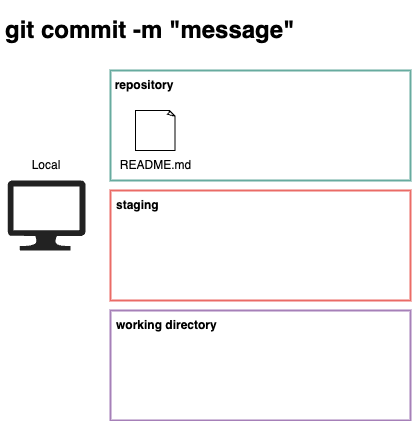
The draw.io diagram img/01_Start_Git_git-commit.png in s-iwakawa/Git_GitHub_Slides, before a commit. Source tidied: cells renumbered, new cells last; positions are measured from the earlier drawing's top-left corner, leaving out a move shared by most shapes.
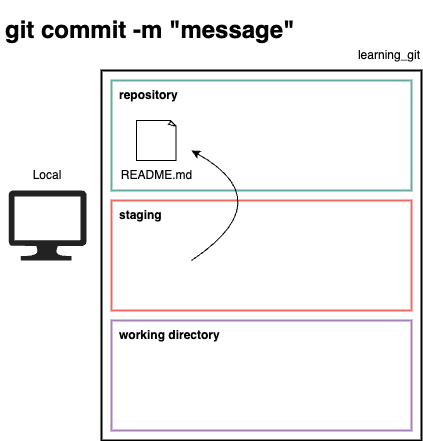
Later version of the same file.

Diff of the diagram source:
```diff
@@ -2,38 +2,53 @@
   <root>
     <mxCell id="0" />
     <mxCell id="1" parent="0" />
-    <mxCell id="2" style="rounded=0;whiteSpace=wrap;html=1;strokeWidth=2;strokeColor=#67AB9F;" parent="1" vertex="1">
-      <mxGeometry x="110" y="60" width="300" height="110" as="geometry" />
+    <mxCell id="2" style="rounded=0;whiteSpace=wrap;html=1;strokeWidth=2;" parent="1" vertex="1">
+      <mxGeometry x="100" y="50" width="320" height="370" as="geometry" />
     </mxCell>
-    <mxCell id="3" style="sketch=0;shadow=0;dashed=0;html=1;strokeColor=none;labelPosition=center;verticalLabelPosition=bottom;verticalAlign=top;align=center;fillColor=#222222;shape=mxgraph.azure.computer;" parent="1" vertex="1">
-      <mxGeometry x="7.2" y="170" width="77.8" height="70" as="geometry" />
+    <mxCell id="3" value="learning_git" style="text;html=1;align=right;verticalAlign=middle;strokeColor=none;fillColor=none;" parent="1" vertex="1">
+      <mxGeometry x="330" y="20" width="90" height="30" as="geometry" />
     </mxCell>
-    <mxCell id="4" value="Local" style="text;html=1;strokeColor=none;fillColor=none;align=center;verticalAlign=middle;whiteSpace=wrap;rounded=0;" parent="1" vertex="1">
-      <mxGeometry x="16.1" y="140" width="60" height="30" as="geometry" />
+    <mxCell id="4" style="rounded=0;whiteSpace=wrap;html=1;strokeWidth=2;strokeColor=#67AB9F;" parent="1" vertex="1">
+      <mxGeometry x="110" y="60" width="300" height="110" as="geometry" />
     </mxCell>
-    <mxCell id="5" value="repository" style="text;html=1;strokeColor=none;fillColor=none;align=center;verticalAlign=middle;whiteSpace=wrap;rounded=0;fontStyle=1;" parent="1" vertex="1">
-      <mxGeometry x="114" y="60" width="60" height="30" as="geometry" />
+    <mxCell id="5" style="sketch=0;shadow=0;dashed=0;html=1;strokeColor=none;labelPosition=center;verticalLabelPosition=bottom;verticalAlign=top;align=center;fillColor=#222222;shape=mxgraph.azure.computer;" parent="1" vertex="1">
+      <mxGeometry x="7.2" y="170" width="77.8" height="70" as="geometry" />
     </mxCell>
-    <mxCell id="6" style="rounded=0;whiteSpace=wrap;html=1;strokeWidth=2;strokeColor=#EA6B66;" parent="1" vertex="1">
-      <mxGeometry x="110" y="180" width="300" height="110" as="geometry" />
+    <mxCell id="6" value="Local" style="text;html=1;strokeColor=none;fillColor=none;align=center;verticalAlign=middle;whiteSpace=wrap;rounded=0;" parent="1" vertex="1">
+      <mxGeometry x="16.1" y="140" width="60" height="30" as="geometry" />
     </mxCell>
-    <mxCell id="7" value="staging" style="text;html=1;strokeColor=none;fillColor=none;align=left;verticalAlign=middle;whiteSpace=wrap;rounded=0;fontStyle=1;" parent="1" vertex="1">
-      <mxGeometry x="114" y="180" width="60" height="30" as="geometry" />
+    <mxCell id="7" value="repository" style="text;html=1;strokeColor=none;fillColor=none;align=left;verticalAlign=middle;whiteSpace=wrap;rounded=0;fontStyle=1;" parent="1" vertex="1">
+      <mxGeometry x="116" y="60" width="60" height="30" as="geometry" />
     </mxCell>
-    <mxCell id="8" style="rounded=0;whiteSpace=wrap;html=1;strokeWidth=2;strokeColor=#A680B8;" parent="1" vertex="1">
-      <mxGeometry x="110" y="300" width="300" height="110" as="geometry" />
+    <mxCell id="8" style="rounded=0;whiteSpace=wrap;html=1;strokeWidth=2;strokeColor=#EA6B66;" parent="1" vertex="1">
+      <mxGeometry x="110" y="180" width="300" height="110" as="geometry" />
     </mxCell>
-    <mxCell id="9" value="working directory" style="text;html=1;strokeColor=none;fillColor=none;align=left;verticalAlign=middle;whiteSpace=wrap;rounded=0;fontStyle=1;" parent="1" vertex="1">
-      <mxGeometry x="114" y="300" width="116" height="30" as="geometry" />
+    <mxCell id="9" value="staging" style="text;html=1;strokeColor=none;fillColor=none;align=left;verticalAlign=middle;whiteSpace=wrap;rounded=0;fontStyle=1;" parent="1" vertex="1">
+      <mxGeometry x="116" y="180" width="60" height="30" as="geometry" />
     </mxCell>
-    <mxCell id="10" style="whiteSpace=wrap;html=1;shape=mxgraph.basic.document;" parent="1" vertex="1">
-      <mxGeometry x="135" y="100" width="40" height="40" as="geometry" />
+    <mxCell id="10" style="rounded=0;whiteSpace=wrap;html=1;strokeWidth=2;strokeColor=#A680B8;" parent="1" vertex="1">
+      <mxGeometry x="110" y="300" width="300" height="110" as="geometry" />
     </mxCell>
-    <mxCell id="11" value="README.md" style="text;html=1;align=center;verticalAlign=middle;strokeColor=none;fillColor=none;" parent="1" vertex="1">
-      <mxGeometry x="110" y="140" width="90" height="30" as="geometry" />
+    <mxCell id="11" value="working directory" style="text;html=1;strokeColor=none;fillColor=none;align=left;verticalAlign=middle;whiteSpace=wrap;rounded=0;fontStyle=1;" parent="1" vertex="1">
+      <mxGeometry x="116" y="300" width="116" height="30" as="geometry" />
     </mxCell>
-    <mxCell id="12" value="&lt;h1&gt;git commit -m &quot;message&quot;&lt;/h1&gt;" style="text;html=1;strokeColor=none;fillColor=none;spacing=5;spacingTop=-20;whiteSpace=wrap;overflow=hidden;rounded=0;" parent="1" vertex="1">
-      <mxGeometry width="350" height="70" as="geometry" />
+    <mxCell id="12" style="whiteSpace=wrap;html=1;shape=mxgraph.basic.document;" parent="1" vertex="1">
+      <mxGeometry x="135" y="100" width="40" height="40" as="geometry" />
     </mxCell>
+    <mxCell id="13" value="README.md" style="text;html=1;align=center;verticalAlign=middle;strokeColor=none;fillColor=none;" parent="1" vertex="1">
+      <mxGeometry x="110" y="140" width="90" height="30" as="geometry" />
+    </mxCell>
+    <mxCell id="14" value="&lt;h1&gt;git commit -m &quot;message&quot;&lt;/h1&gt;" style="text;html=1;strokeColor=none;fillColor=none;spacing=5;spacingTop=-20;whiteSpace=wrap;overflow=hidden;rounded=0;" parent="1" vertex="1">
+      <mxGeometry x="-1" y="-10" width="350" height="70" as="geometry" />
+    </mxCell>
+    <mxCell id="15" style="endArrow=classic;html=1;curved=1;" parent="1" edge="1">
+      <mxGeometry relative="1" as="geometry">
+        <mxPoint x="190" y="240" as="sourcePoint" />
+        <mxPoint x="190" y="130" as="targetPoint" />
+        <Array as="points">
+          <mxPoint x="280" y="180" />
+        </Array>
+      </mxGeometry>
+    </mxCell>
   </root>
 </mxGraphModel>
```
